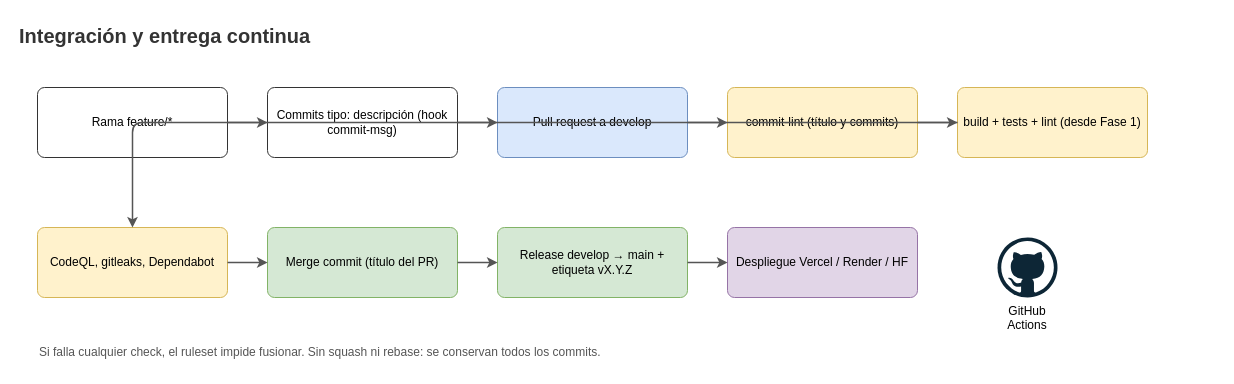
NicoalsD/caudal-backend keeps this draw.io diagram as docs/images/ci-cd.drawio. Above is the earlier version. Source tidied: cells renumbered, new cells numbered last; positions are measured from the earlier drawing's top-left corner, leaving out a move shared by most shapes. Both pictures are drawn from the tidied source at 100%, with x=0, y=0 at pixel (17, 17).
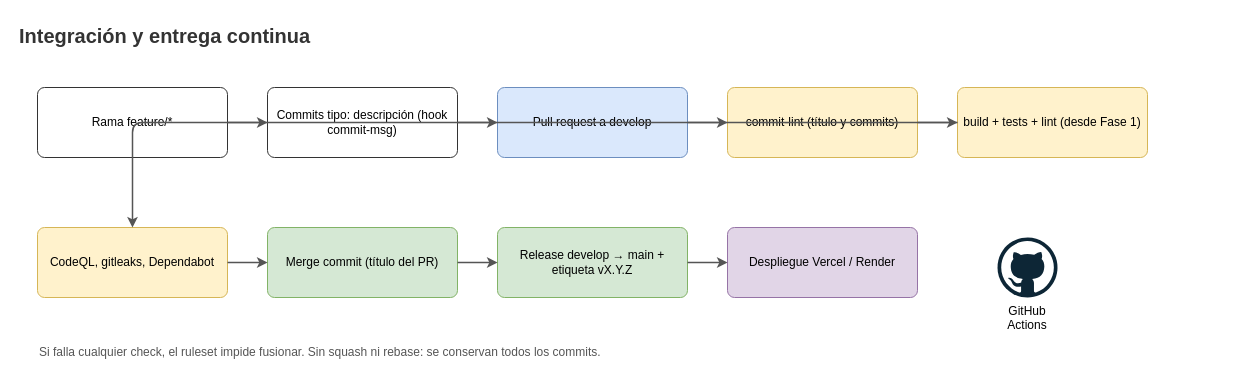
After the change.

Commit message (it also covers changes not shown here):
docs: cambia Hugging Face por Render en los diagramas

Diff of the diagram source:
```diff
@@
-    <mxCell id="18" value="Despliegue Vercel / Render / HF" style="rounded=1;whiteSpace=wrap;html=1;fillColor=#e1d5e7;strokeColor=#9673a6;fontSize=12;arcSize=10;" parent="1" vertex="1">
+    <mxCell id="18" value="Despliegue Vercel / Render" style="rounded=1;whiteSpace=wrap;html=1;fillColor=#e1d5e7;strokeColor=#9673a6;fontSize=12;arcSize=10;" parent="1" vertex="1">
       <mxGeometry x="710" y="210" width="190" height="70" as="geometry" />
     </mxCell>
```
